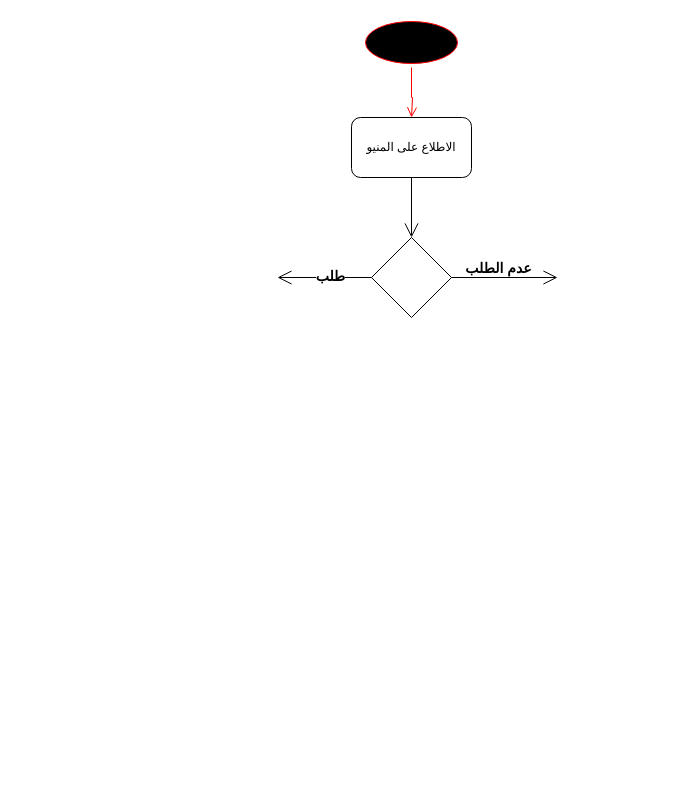
The draw.io diagram activty Diagram.drawio in bakr50/abobakr, before the edit. Source tidied: cells renumbered, new cells numbered last; positions are measured from the earlier drawing's top-left corner, leaving out a move shared by most shapes. Both pictures are drawn from the tidied source at 100%, with x=0, y=0 at pixel (277, 17).
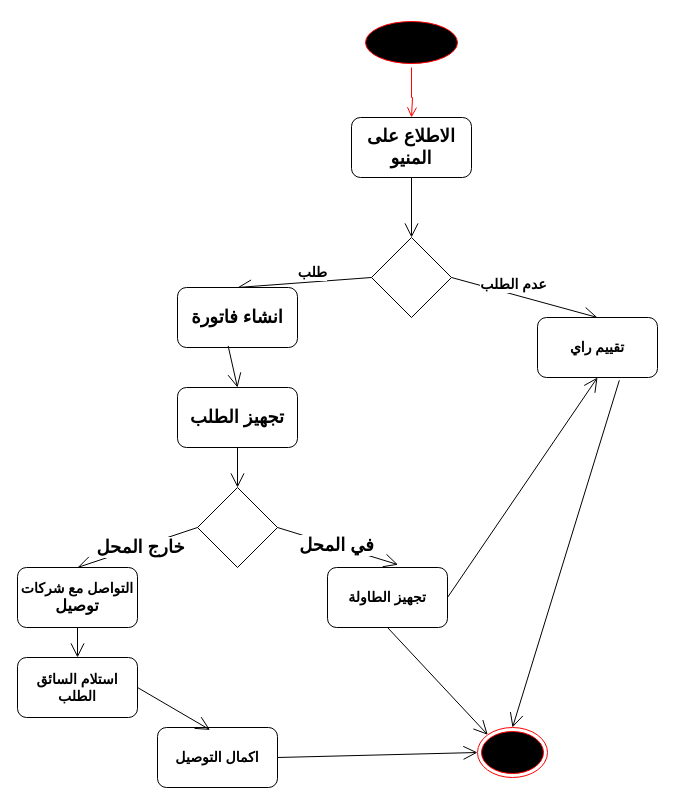
Above is the later version.

Unchanged cells that the change refers to:
```xml
<mxCell id="5" style="rhombus;whiteSpace=wrap;html=1;" parent="1" vertex="1">
  <mxGeometry x="94" y="220" width="80" height="80" as="geometry" />
</mxCell>
```

Diff of the diagram source:
```diff
@@
-    <mxCell id="4" value="الاطلاع على المنيو" style="rounded=1;whiteSpace=wrap;html=1;" parent="1" vertex="1">
+    <mxCell id="4" value="&lt;font style=&quot;font-size: 18px;&quot;&gt;&lt;b&gt;الاطلاع على المنيو&lt;/b&gt;&lt;/font&gt;" style="rounded=1;whiteSpace=wrap;html=1;" parent="1" vertex="1">
       <mxGeometry x="74" y="100" width="120" height="60" as="geometry" />
     </mxCell>
@@
-    <mxCell id="7" style="endArrow=open;endFill=1;endSize=12;html=1;rounded=0;exitX=0;exitY=0.5;exitDx=0;exitDy=0;" parent="1" edge="1" source="5">
-      <mxGeometry relative="1" as="geometry">
-        <mxPoint y="260" as="targetPoint" />
-      </mxGeometry>
+    <mxCell id="7" style="endArrow=open;endFill=1;endSize=12;html=1;rounded=0;exitX=0;exitY=0.5;exitDx=0;exitDy=0;entryX=0.5;entryY=0;entryDx=0;entryDy=0;" parent="1" edge="1" source="5" target="11">
+      <mxGeometry relative="1" as="geometry" />
     </mxCell>
     <mxCell id="8" value="&lt;font style=&quot;font-size: 14px;&quot;&gt;&lt;b&gt;طلب&lt;/b&gt;&lt;/font&gt;" style="edgeLabel;html=1;align=center;verticalAlign=middle;" parent="7" vertex="1">
-      <mxGeometry x="-0.1" y="-2" relative="1" as="geometry" />
+      <mxGeometry x="-0.1" y="-2" relative="1" as="geometry">
+        <mxPoint y="-8" as="offset" />
+      </mxGeometry>
     </mxCell>
-    <mxCell id="9" style="endArrow=open;endFill=1;endSize=12;html=1;rounded=0;exitX=1;exitY=0.5;exitDx=0;exitDy=0;" parent="1" edge="1" source="5">
-      <mxGeometry relative="1" as="geometry">
-        <mxPoint x="280" y="260" as="targetPoint" />
-      </mxGeometry>
+    <mxCell id="9" style="endArrow=open;endFill=1;endSize=12;html=1;rounded=0;exitX=1;exitY=0.5;exitDx=0;exitDy=0;entryX=0.5;entryY=0;entryDx=0;entryDy=0;" parent="1" edge="1" source="5" target="26">
+      <mxGeometry relative="1" as="geometry" />
     </mxCell>
@@
+    <mxCell id="11" value="&lt;font style=&quot;font-size: 18px;&quot;&gt;&lt;b&gt;انشاء فاتورة&lt;/b&gt;&lt;/font&gt;" style="rounded=1;whiteSpace=wrap;html=1;" parent="1" vertex="1">
+      <mxGeometry x="-100" y="270" width="120" height="60" as="geometry" />
+    </mxCell>
+    <mxCell id="12" value="&lt;font style=&quot;font-size: 18px;&quot;&gt;&lt;b&gt;تجهيز الطلب&lt;/b&gt;&lt;/font&gt;" style="rounded=1;whiteSpace=wrap;html=1;" parent="1" vertex="1">
+      <mxGeometry x="-100" y="370" width="120" height="60" as="geometry" />
+    </mxCell>
+    <mxCell id="13" style="endArrow=open;endFill=1;endSize=12;html=1;rounded=0;exitX=0.422;exitY=0.973;exitDx=0;exitDy=0;exitPerimeter=0;entryX=0.5;entryY=0;entryDx=0;entryDy=0;" parent="1" edge="1" source="11" target="12">
+      <mxGeometry relative="1" as="geometry" />
+    </mxCell>
+    <mxCell id="14" style="endArrow=open;endFill=1;endSize=12;html=1;rounded=0;exitX=0.5;exitY=1;exitDx=0;exitDy=0;entryX=0.5;entryY=0;entryDx=0;entryDy=0;" parent="1" edge="1" source="12" target="15">
+      <mxGeometry relative="1" as="geometry" />
+    </mxCell>
+    <mxCell id="15" style="rhombus;whiteSpace=wrap;html=1;" parent="1" vertex="1">
+      <mxGeometry x="-80" y="470" width="80" height="80" as="geometry" />
+    </mxCell>
+    <mxCell id="16" style="endArrow=open;endFill=1;endSize=12;html=1;rounded=0;exitX=1;exitY=0.5;exitDx=0;exitDy=0;entryX=0.588;entryY=-0.047;entryDx=0;entryDy=0;entryPerimeter=0;" parent="1" edge="1" source="15" target="20">
+      <mxGeometry relative="1" as="geometry" />
+    </mxCell>
+    <mxCell id="17" value="&lt;font style=&quot;font-size: 18px;&quot;&gt;&lt;b&gt;في المحل&lt;/b&gt;&lt;/font&gt;" style="edgeLabel;html=1;align=center;verticalAlign=middle;" parent="16" vertex="1">
+      <mxGeometry x="-0.04" relative="1" as="geometry" />
+    </mxCell>
+    <mxCell id="18" style="endArrow=open;endFill=1;endSize=12;html=1;rounded=0;exitX=0;exitY=0.5;exitDx=0;exitDy=0;entryX=0.5;entryY=0;entryDx=0;entryDy=0;" parent="1" edge="1" source="15" target="21">
+      <mxGeometry relative="1" as="geometry" />
+    </mxCell>
+    <mxCell id="19" value="&lt;font style=&quot;font-size: 18px;&quot;&gt;&lt;b&gt;خارج المحل&lt;/b&gt;&lt;/font&gt;" style="edgeLabel;html=1;align=center;verticalAlign=middle;" parent="18" vertex="1">
+      <mxGeometry x="-0.03" relative="1" as="geometry" />
+    </mxCell>
+    <mxCell id="20" value="&lt;font style=&quot;font-size: 14px;&quot;&gt;&lt;b&gt;تجهيز الطاولة&lt;/b&gt;&lt;/font&gt;" style="rounded=1;whiteSpace=wrap;html=1;" parent="1" vertex="1">
+      <mxGeometry x="50" y="550" width="120" height="60" as="geometry" />
+    </mxCell>
+    <mxCell id="21" value="&lt;font style=&quot;font-size: 14px;&quot;&gt;&lt;b&gt;التواصل مع شركات&lt;/b&gt;&lt;/font&gt;&lt;div&gt;&lt;font size=&quot;3&quot;&gt;&lt;b&gt;توصيل&lt;/b&gt;&lt;/font&gt;&lt;/div&gt;" style="rounded=1;whiteSpace=wrap;html=1;" parent="1" vertex="1">
+      <mxGeometry x="-260" y="550" width="120" height="60" as="geometry" />
+    </mxCell>
+    <mxCell id="22" value="&lt;b&gt;&lt;font style=&quot;font-size: 14px;&quot;&gt;استلام السائق الطلب&lt;/font&gt;&lt;/b&gt;" style="rounded=1;whiteSpace=wrap;html=1;" parent="1" vertex="1">
+      <mxGeometry x="-260" y="640" width="120" height="60" as="geometry" />
+    </mxCell>
+    <mxCell id="23" style="endArrow=open;endFill=1;endSize=12;html=1;rounded=0;exitX=0.5;exitY=1;exitDx=0;exitDy=0;entryX=0.5;entryY=0;entryDx=0;entryDy=0;" parent="1" edge="1" source="21" target="22">
+      <mxGeometry relative="1" as="geometry" />
+    </mxCell>
+    <mxCell id="24" value="&lt;font style=&quot;font-size: 14px;&quot;&gt;&lt;b style=&quot;&quot;&gt;اكمال التوصيل&lt;/b&gt;&lt;/font&gt;" style="rounded=1;whiteSpace=wrap;html=1;" parent="1" vertex="1">
+      <mxGeometry x="-120" y="710" width="120" height="60" as="geometry" />
+    </mxCell>
+    <mxCell id="25" style="endArrow=open;endFill=1;endSize=12;html=1;rounded=0;exitX=1;exitY=0.5;exitDx=0;exitDy=0;entryX=0.438;entryY=0.04;entryDx=0;entryDy=0;entryPerimeter=0;" parent="1" edge="1" source="22" target="24">
+      <mxGeometry relative="1" as="geometry" />
+    </mxCell>
+    <mxCell id="26" value="&lt;font style=&quot;font-size: 14px;&quot;&gt;&lt;b&gt;تقييم راي&lt;/b&gt;&lt;/font&gt;" style="rounded=1;whiteSpace=wrap;html=1;" parent="1" vertex="1">
+      <mxGeometry x="260" y="300" width="120" height="60" as="geometry" />
+    </mxCell>
+    <mxCell id="27" style="endArrow=open;endFill=1;endSize=12;html=1;rounded=0;exitX=1;exitY=0.5;exitDx=0;exitDy=0;entryX=0.5;entryY=1;entryDx=0;entryDy=0;" parent="1" edge="1" source="20" target="26">
+      <mxGeometry relative="1" as="geometry" />
+    </mxCell>
+    <mxCell id="28" style="ellipse;html=1;shape=endState;fillColor=#000000;strokeColor=#ff0000;" parent="1" vertex="1">
+      <mxGeometry x="200" y="710" width="70" height="50" as="geometry" />
+    </mxCell>
+    <mxCell id="29" style="endArrow=open;endFill=1;endSize=12;html=1;rounded=0;exitX=1;exitY=0.5;exitDx=0;exitDy=0;entryX=0;entryY=0.5;entryDx=0;entryDy=0;" parent="1" edge="1" source="24" target="28">
+      <mxGeometry relative="1" as="geometry" />
+    </mxCell>
+    <mxCell id="30" style="endArrow=open;endFill=1;endSize=12;html=1;rounded=0;exitX=0.5;exitY=1;exitDx=0;exitDy=0;entryX=0;entryY=0;entryDx=0;entryDy=0;" parent="1" edge="1" source="20" target="28">
+      <mxGeometry relative="1" as="geometry" />
+    </mxCell>
+    <mxCell id="31" style="endArrow=open;endFill=1;endSize=12;html=1;rounded=0;exitX=0.682;exitY=1.047;exitDx=0;exitDy=0;exitPerimeter=0;entryX=0.5;entryY=0;entryDx=0;entryDy=0;" parent="1" edge="1" source="26" target="28">
+      <mxGeometry relative="1" as="geometry" />
+    </mxCell>
```
